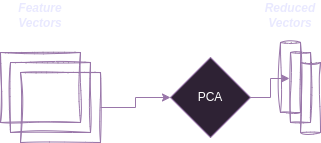
Above: assets/img/td_step2.png in acharaakshit/acharaakshit.github.io (draw.io), before the change. Source tidied: cells renumbered, new cells last; positions are measured from the earlier drawing's top-left corner, leaving out a move shared by most shapes. Source of this version:
```xml
<mxGraphModel>
  <root>
    <mxCell id="0" />
    <mxCell id="1" parent="0" />
    <mxCell id="2" style="swimlane;startSize=0;sketch=1;curveFitting=1;jiggle=2;labelBackgroundColor=none;fillColor=#e1d5e7;strokeColor=#9673a6;" parent="1" vertex="1">
      <mxGeometry y="52" width="80" height="70" as="geometry" />
    </mxCell>
    <mxCell id="3" style="swimlane;startSize=0;sketch=1;curveFitting=1;jiggle=2;labelBackgroundColor=none;fillColor=#e1d5e7;strokeColor=#9673a6;" parent="1" vertex="1">
      <mxGeometry x="10" y="62" width="80" height="70" as="geometry" />
    </mxCell>
    <mxCell id="4" style="edgeStyle=orthogonalEdgeStyle;rounded=0;jettySize=auto;html=1;exitX=1;exitY=0.5;exitDx=0;exitDy=0;entryX=0;entryY=0.5;entryDx=0;entryDy=0;strokeColor=#9673a6;fontColor=#46495D;fillColor=#e1d5e7;" parent="1" edge="1" source="5" target="7">
      <mxGeometry relative="1" as="geometry" />
    </mxCell>
    <mxCell id="5" style="swimlane;startSize=0;sketch=1;curveFitting=1;jiggle=2;labelBackgroundColor=none;fillColor=#e1d5e7;strokeColor=#9673a6;" parent="1" vertex="1">
      <mxGeometry x="20" y="72" width="80" height="70" as="geometry" />
    </mxCell>
    <mxCell id="6" value="&lt;b&gt;&lt;i&gt;&lt;font color=&quot;#000099&quot;&gt;Feature Vectors&lt;/font&gt;&lt;/i&gt;&lt;/b&gt;" style="text;html=1;align=center;verticalAlign=middle;whiteSpace=wrap;rounded=0;sketch=1;curveFitting=1;jiggle=2;labelBackgroundColor=none;" parent="1" vertex="1">
      <mxGeometry x="10" width="60" height="30" as="geometry" />
    </mxCell>
    <mxCell id="7" value="PCA" style="rhombus;whiteSpace=wrap;html=1;strokeColor=#9673a6;fillColor=#e1d5e7;" parent="1" vertex="1">
      <mxGeometry x="170" y="57" width="80" height="80" as="geometry" />
    </mxCell>
    <mxCell id="8" style="swimlane;startSize=0;sketch=1;curveFitting=1;jiggle=2;labelBackgroundColor=none;fillColor=#e1d5e7;strokeColor=#9673a6;" parent="1" vertex="1">
      <mxGeometry x="280" y="42" width="20" height="70" as="geometry" />
    </mxCell>
    <mxCell id="9" style="swimlane;startSize=0;sketch=1;curveFitting=1;jiggle=2;labelBackgroundColor=none;fillColor=#e1d5e7;strokeColor=#9673a6;" parent="1" vertex="1">
      <mxGeometry x="290" y="52" width="20" height="70" as="geometry" />
    </mxCell>
    <mxCell id="10" style="swimlane;startSize=0;sketch=1;curveFitting=1;jiggle=2;labelBackgroundColor=none;fillColor=#e1d5e7;strokeColor=#9673a6;" parent="1" vertex="1">
      <mxGeometry x="300" y="62" width="20" height="70" as="geometry" />
    </mxCell>
    <mxCell id="11" style="edgeStyle=orthogonalEdgeStyle;rounded=0;jettySize=auto;html=1;exitX=1;exitY=0.5;exitDx=0;exitDy=0;entryX=-0.05;entryY=0.371;entryDx=0;entryDy=0;entryPerimeter=0;strokeColor=#9673a6;fontColor=#46495D;fillColor=#e1d5e7;" parent="1" edge="1" source="7" target="9">
      <mxGeometry relative="1" as="geometry" />
    </mxCell>
    <mxCell id="12" value="&lt;b&gt;&lt;i&gt;&lt;font color=&quot;#000099&quot;&gt;Reduced Vectors&lt;/font&gt;&lt;/i&gt;&lt;/b&gt;" style="text;html=1;align=center;verticalAlign=middle;whiteSpace=wrap;rounded=0;sketch=1;curveFitting=1;jiggle=2;labelBackgroundColor=none;" parent="1" vertex="1">
      <mxGeometry x="260" width="60" height="30" as="geometry" />
    </mxCell>
  </root>
</mxGraphModel>
```
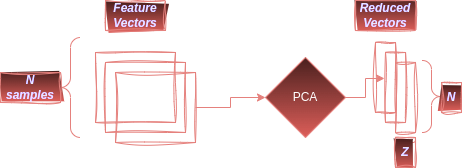
Above is the later version.

What changed in the source:
```diff
@@ -2,38 +2,56 @@
   <root>
     <mxCell id="0" />
     <mxCell id="1" parent="0" />
-    <mxCell id="2" style="swimlane;startSize=0;sketch=1;curveFitting=1;jiggle=2;labelBackgroundColor=none;fillColor=#e1d5e7;strokeColor=#9673a6;" parent="1" vertex="1">
+    <mxCell id="2" style="swimlane;startSize=0;sketch=1;curveFitting=1;jiggle=2;labelBackgroundColor=none;fillColor=#f8cecc;strokeColor=#b85450;gradientColor=#ea6b66;" parent="1" vertex="1">
       <mxGeometry y="52" width="80" height="70" as="geometry" />
     </mxCell>
-    <mxCell id="3" style="swimlane;startSize=0;sketch=1;curveFitting=1;jiggle=2;labelBackgroundColor=none;fillColor=#e1d5e7;strokeColor=#9673a6;" parent="1" vertex="1">
+    <mxCell id="3" style="swimlane;startSize=0;sketch=1;curveFitting=1;jiggle=2;labelBackgroundColor=none;fillColor=#f8cecc;strokeColor=#b85450;gradientColor=#ea6b66;" parent="1" vertex="1">
       <mxGeometry x="10" y="62" width="80" height="70" as="geometry" />
     </mxCell>
-    <mxCell id="4" style="edgeStyle=orthogonalEdgeStyle;rounded=0;jettySize=auto;html=1;exitX=1;exitY=0.5;exitDx=0;exitDy=0;entryX=0;entryY=0.5;entryDx=0;entryDy=0;strokeColor=#9673a6;fontColor=#46495D;fillColor=#e1d5e7;" parent="1" edge="1" source="5" target="7">
+    <mxCell id="4" style="edgeStyle=orthogonalEdgeStyle;rounded=0;jettySize=auto;html=1;exitX=1;exitY=0.5;exitDx=0;exitDy=0;entryX=0;entryY=0.5;entryDx=0;entryDy=0;strokeColor=#b85450;fontColor=#46495D;fillColor=#f8cecc;gradientColor=#ea6b66;" parent="1" edge="1" source="5" target="7">
       <mxGeometry relative="1" as="geometry" />
     </mxCell>
-    <mxCell id="5" style="swimlane;startSize=0;sketch=1;curveFitting=1;jiggle=2;labelBackgroundColor=none;fillColor=#e1d5e7;strokeColor=#9673a6;" parent="1" vertex="1">
+    <mxCell id="5" style="swimlane;startSize=0;sketch=1;curveFitting=1;jiggle=2;labelBackgroundColor=none;fillColor=#f8cecc;strokeColor=#b85450;gradientColor=#ea6b66;" parent="1" vertex="1">
       <mxGeometry x="20" y="72" width="80" height="70" as="geometry" />
     </mxCell>
-    <mxCell id="6" value="&lt;b&gt;&lt;i&gt;&lt;font color=&quot;#000099&quot;&gt;Feature Vectors&lt;/font&gt;&lt;/i&gt;&lt;/b&gt;" style="text;html=1;align=center;verticalAlign=middle;whiteSpace=wrap;rounded=0;sketch=1;curveFitting=1;jiggle=2;labelBackgroundColor=none;" parent="1" vertex="1">
+    <mxCell id="6" value="&lt;b&gt;&lt;i&gt;&lt;font color=&quot;#000099&quot;&gt;Feature Vectors&lt;/font&gt;&lt;/i&gt;&lt;/b&gt;" style="text;html=1;align=center;verticalAlign=middle;whiteSpace=wrap;rounded=0;sketch=1;curveFitting=1;jiggle=2;labelBackgroundColor=none;fillColor=#f8cecc;strokeColor=#b85450;gradientColor=#ea6b66;" parent="1" vertex="1">
       <mxGeometry x="10" width="60" height="30" as="geometry" />
     </mxCell>
-    <mxCell id="7" value="PCA" style="rhombus;whiteSpace=wrap;html=1;strokeColor=#9673a6;fillColor=#e1d5e7;" parent="1" vertex="1">
+    <mxCell id="7" value="PCA" style="rhombus;whiteSpace=wrap;html=1;strokeColor=#b85450;fillColor=#f8cecc;gradientColor=#ea6b66;" parent="1" vertex="1">
       <mxGeometry x="170" y="57" width="80" height="80" as="geometry" />
     </mxCell>
-    <mxCell id="8" style="swimlane;startSize=0;sketch=1;curveFitting=1;jiggle=2;labelBackgroundColor=none;fillColor=#e1d5e7;strokeColor=#9673a6;" parent="1" vertex="1">
+    <mxCell id="8" style="swimlane;startSize=0;sketch=1;curveFitting=1;jiggle=2;labelBackgroundColor=none;fillColor=#f8cecc;strokeColor=#b85450;gradientColor=#ea6b66;" parent="1" vertex="1">
       <mxGeometry x="280" y="42" width="20" height="70" as="geometry" />
     </mxCell>
-    <mxCell id="9" style="swimlane;startSize=0;sketch=1;curveFitting=1;jiggle=2;labelBackgroundColor=none;fillColor=#e1d5e7;strokeColor=#9673a6;" parent="1" vertex="1">
+    <mxCell id="9" style="swimlane;startSize=0;sketch=1;curveFitting=1;jiggle=2;labelBackgroundColor=none;fillColor=#f8cecc;strokeColor=#b85450;gradientColor=#ea6b66;" parent="1" vertex="1">
       <mxGeometry x="290" y="52" width="20" height="70" as="geometry" />
     </mxCell>
-    <mxCell id="10" style="swimlane;startSize=0;sketch=1;curveFitting=1;jiggle=2;labelBackgroundColor=none;fillColor=#e1d5e7;strokeColor=#9673a6;" parent="1" vertex="1">
+    <mxCell id="10" style="swimlane;startSize=0;sketch=1;curveFitting=1;jiggle=2;labelBackgroundColor=none;fillColor=#f8cecc;strokeColor=#b85450;gradientColor=#ea6b66;" parent="1" vertex="1">
       <mxGeometry x="300" y="62" width="20" height="70" as="geometry" />
     </mxCell>
-    <mxCell id="11" style="edgeStyle=orthogonalEdgeStyle;rounded=0;jettySize=auto;html=1;exitX=1;exitY=0.5;exitDx=0;exitDy=0;entryX=-0.05;entryY=0.371;entryDx=0;entryDy=0;entryPerimeter=0;strokeColor=#9673a6;fontColor=#46495D;fillColor=#e1d5e7;" parent="1" edge="1" source="7" target="9">
+    <mxCell id="11" style="edgeStyle=orthogonalEdgeStyle;rounded=0;jettySize=auto;html=1;exitX=1;exitY=0.5;exitDx=0;exitDy=0;entryX=-0.05;entryY=0.371;entryDx=0;entryDy=0;entryPerimeter=0;strokeColor=#b85450;fontColor=#46495D;fillColor=#f8cecc;gradientColor=#ea6b66;" parent="1" edge="1" source="7" target="9">
       <mxGeometry relative="1" as="geometry" />
     </mxCell>
-    <mxCell id="12" value="&lt;b&gt;&lt;i&gt;&lt;font color=&quot;#000099&quot;&gt;Reduced Vectors&lt;/font&gt;&lt;/i&gt;&lt;/b&gt;" style="text;html=1;align=center;verticalAlign=middle;whiteSpace=wrap;rounded=0;sketch=1;curveFitting=1;jiggle=2;labelBackgroundColor=none;" parent="1" vertex="1">
+    <mxCell id="12" value="&lt;b&gt;&lt;i&gt;&lt;font color=&quot;#000099&quot;&gt;Reduced Vectors&lt;/font&gt;&lt;/i&gt;&lt;/b&gt;" style="text;html=1;align=center;verticalAlign=middle;whiteSpace=wrap;rounded=0;sketch=1;curveFitting=1;jiggle=2;labelBackgroundColor=none;fillColor=#f8cecc;strokeColor=#b85450;gradientColor=#ea6b66;" parent="1" vertex="1">
       <mxGeometry x="260" width="60" height="30" as="geometry" />
     </mxCell>
+    <mxCell id="13" style="labelPosition=right;align=left;strokeWidth=1;shape=mxgraph.mockup.markup.curlyBrace;html=1;shadow=0;dashed=0;strokeColor=#b85450;direction=north;fillColor=#f8cecc;gradientColor=#ea6b66;" parent="1" vertex="1">
+      <mxGeometry x="-35" y="37" width="20" height="100" as="geometry" />
+    </mxCell>
+    <mxCell id="14" value="&lt;b&gt;&lt;i&gt;&lt;font color=&quot;#000099&quot;&gt;N samples&lt;/font&gt;&lt;/i&gt;&lt;/b&gt;" style="text;html=1;align=center;verticalAlign=middle;whiteSpace=wrap;rounded=0;sketch=1;curveFitting=1;jiggle=2;labelBackgroundColor=none;fillColor=#f8cecc;strokeColor=#b85450;gradientColor=#ea6b66;" parent="1" vertex="1">
+      <mxGeometry x="-95" y="72" width="60" height="30" as="geometry" />
+    </mxCell>
+    <mxCell id="15" style="labelPosition=right;align=left;strokeWidth=1;shape=mxgraph.mockup.markup.curlyBrace;html=1;shadow=0;dashed=0;strokeColor=#b85450;direction=north;fillColor=#f8cecc;rotation=-180;gradientColor=#ea6b66;" parent="1" vertex="1">
+      <mxGeometry x="326" y="60" width="20" height="72" as="geometry" />
+    </mxCell>
+    <mxCell id="16" value="&lt;b&gt;&lt;i&gt;&lt;font color=&quot;#000099&quot;&gt;N&lt;/font&gt;&lt;/i&gt;&lt;/b&gt;" style="text;html=1;align=center;verticalAlign=middle;whiteSpace=wrap;rounded=0;sketch=1;curveFitting=1;jiggle=2;labelBackgroundColor=none;fillColor=#f8cecc;strokeColor=#b85450;gradientColor=#ea6b66;" parent="1" vertex="1">
+      <mxGeometry x="346" y="82" width="20" height="30" as="geometry" />
+    </mxCell>
+    <mxCell id="17" style="labelPosition=right;align=left;strokeWidth=1;shape=mxgraph.mockup.markup.curlyBrace;html=1;shadow=0;dashed=0;strokeColor=#b85450;direction=north;fillColor=#f8cecc;rotation=-90;gradientColor=#ea6b66;" parent="1" vertex="1">
+      <mxGeometry x="300" y="132" width="20" height="20" as="geometry" />
+    </mxCell>
+    <mxCell id="18" value="&lt;b&gt;&lt;i&gt;&lt;font color=&quot;#000099&quot;&gt;Z&lt;/font&gt;&lt;/i&gt;&lt;/b&gt;" style="text;html=1;align=center;verticalAlign=middle;whiteSpace=wrap;rounded=0;sketch=1;curveFitting=1;jiggle=2;labelBackgroundColor=none;fillColor=#f8cecc;strokeColor=#b85450;gradientColor=#ea6b66;" parent="1" vertex="1">
+      <mxGeometry x="300" y="137" width="20" height="30" as="geometry" />
+    </mxCell>
   </root>
 </mxGraphModel>
```
